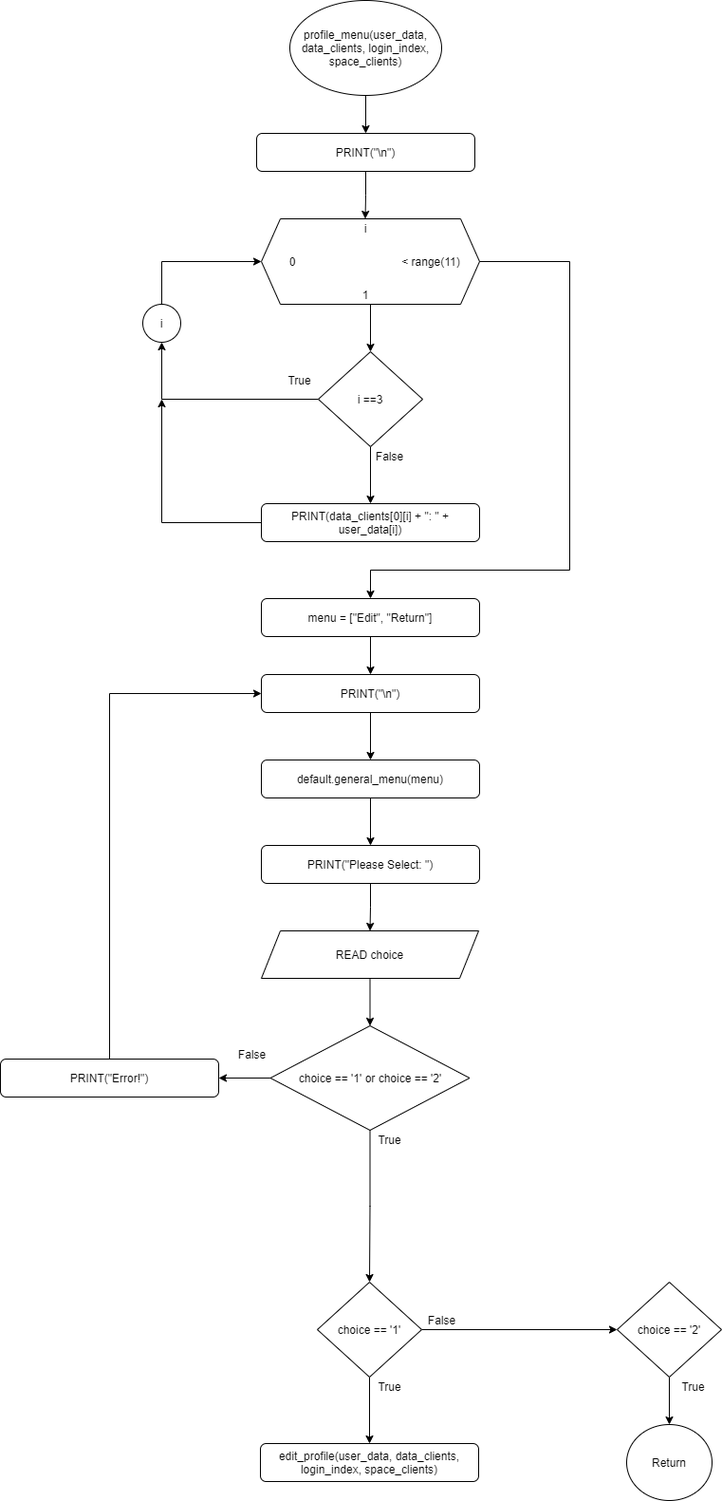
The draw.io diagram Flowchart/clients/profile_menu.png in RabbitBear00/Car-Rental-System, before a commit. Source tidied: cells renumbered, new cells last; positions are measured from the earlier drawing's top-left corner, leaving out a move shared by most shapes.
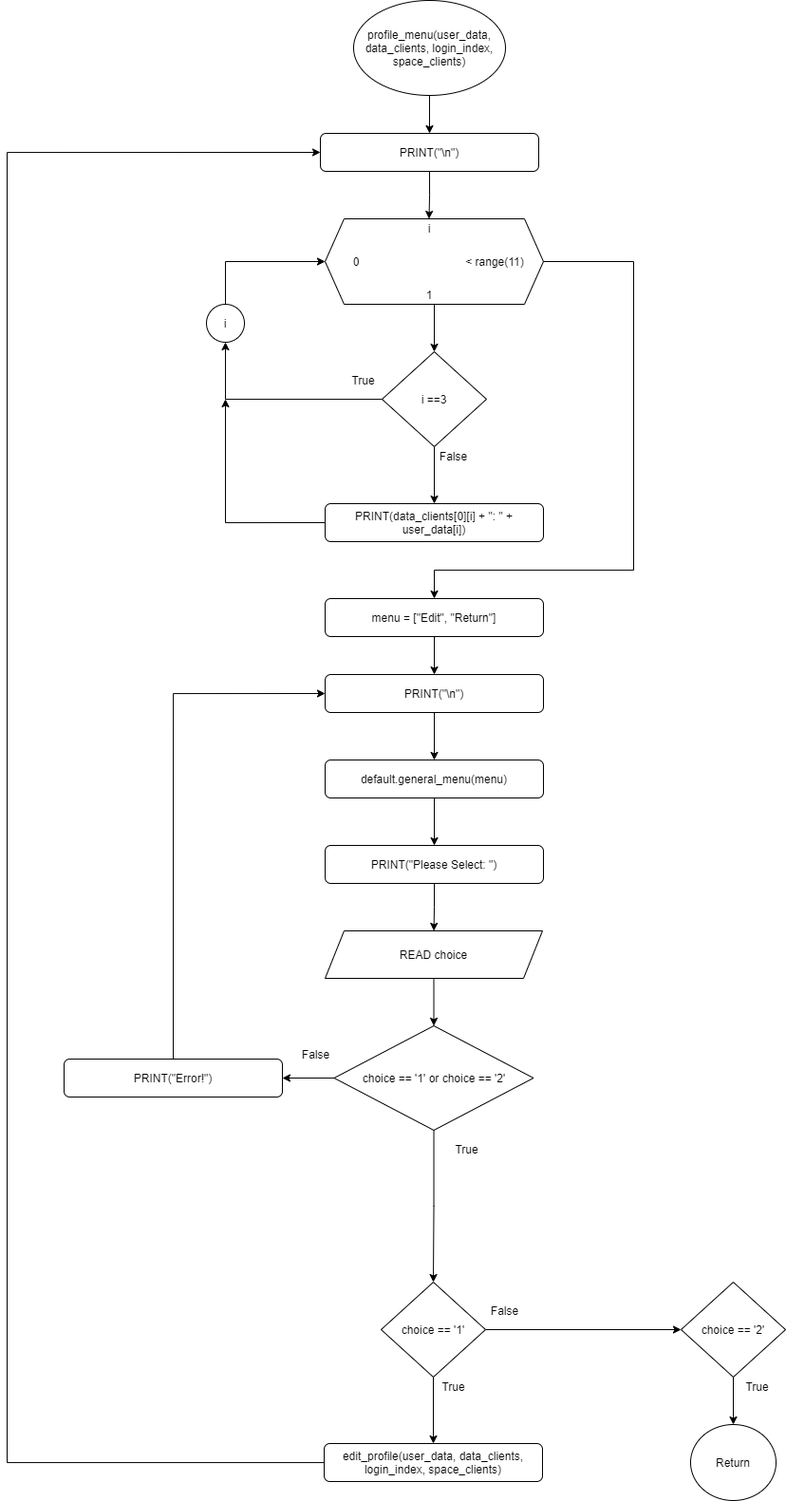
The same diagram one commit later.

What changed in the source:
```diff
@@ -109,6 +109,14 @@
     <mxCell id="36" value="choice == '2'" style="rhombus;whiteSpace=wrap;html=1;" parent="1" vertex="1">
       <mxGeometry x="650" y="1350" width="110" height="100" as="geometry" />
     </mxCell>
+    <mxCell id="50" style="edgeStyle=orthogonalEdgeStyle;rounded=0;jettySize=auto;html=1;entryX=0;entryY=0.5;entryDx=0;entryDy=0;" parent="1" edge="1" source="37" target="11">
+      <mxGeometry relative="1" as="geometry">
+        <Array as="points">
+          <mxPoint x="-60" y="1540" />
+          <mxPoint x="-60" y="160" />
+        </Array>
+      </mxGeometry>
+    </mxCell>
     <mxCell id="37" value="edit_profile(user_data, data_clients, login_index, space_clients)" style="rounded=1;whiteSpace=wrap;html=1;" parent="1" vertex="1">
       <mxGeometry x="274" y="1520" width="230" height="40" as="geometry" />
     </mxCell>
@@ -128,7 +136,7 @@
       <mxGeometry x="244.5" y="1100" width="40" height="20" as="geometry" />
     </mxCell>
     <mxCell id="43" value="True" style="text;html=1;align=center;verticalAlign=middle;strokeColor=none;" parent="1" vertex="1">
-      <mxGeometry x="390" y="1190" width="40" height="20" as="geometry" />
+      <mxGeometry x="404" y="1200" width="40" height="20" as="geometry" />
     </mxCell>
     <mxCell id="44" style="edgeStyle=orthogonalEdgeStyle;rounded=0;jettySize=auto;html=1;entryX=0;entryY=0.5;entryDx=0;entryDy=0;" parent="1" edge="1" source="45" target="5">
       <mxGeometry relative="1" as="geometry">
@@ -152,11 +160,11 @@
     <mxCell id="47" value="True" style="text;html=1;align=center;verticalAlign=middle;strokeColor=none;" parent="1" vertex="1">
       <mxGeometry x="390" y="1450" width="40" height="20" as="geometry" />
     </mxCell>
+    <mxCell id="49" value="False" style="text;html=1;align=center;verticalAlign=middle;strokeColor=none;" parent="1" vertex="1">
+      <mxGeometry x="444" y="1370" width="40" height="20" as="geometry" />
+    </mxCell>
     <mxCell id="48" value="True" style="text;html=1;align=center;verticalAlign=middle;strokeColor=none;" parent="1" vertex="1">
       <mxGeometry x="710" y="1450" width="40" height="20" as="geometry" />
     </mxCell>
-    <mxCell id="49" value="False" style="text;html=1;align=center;verticalAlign=middle;strokeColor=none;" parent="1" vertex="1">
-      <mxGeometry x="445" y="1380" width="40" height="20" as="geometry" />
-    </mxCell>
   </root>
 </mxGraphModel>
```
